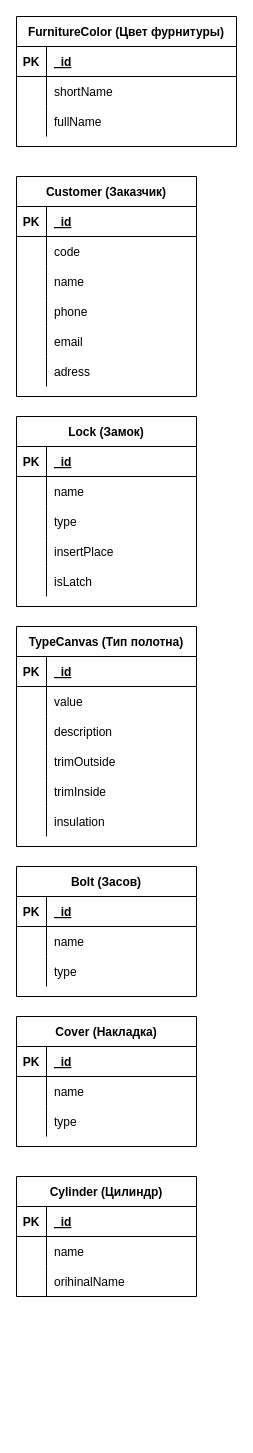
ProSysYo/bunker keeps this draw.io diagram as schema.drawio. Above is the earlier version. Source tidied: cells renumbered, new cells numbered last; positions are measured from the earlier drawing's top-left corner, leaving out a move shared by most shapes. Both pictures are drawn from the tidied source at 100%, with x=0, y=0 at pixel (16, 16).
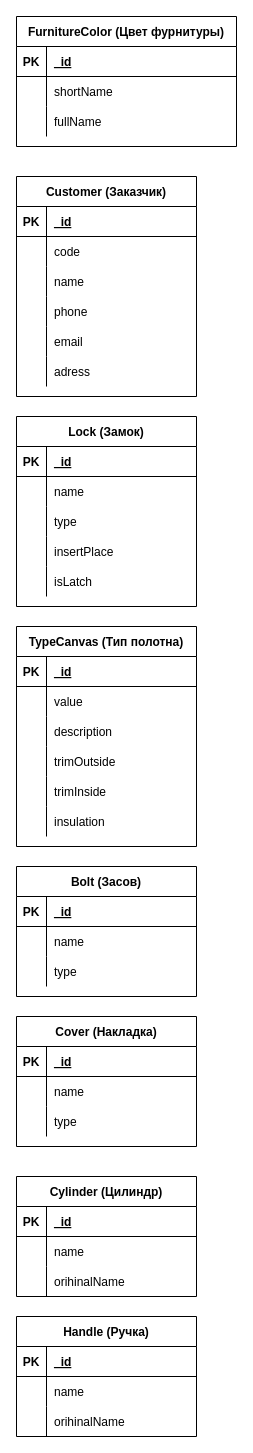
The same diagram, later.

What changed in the source:
```diff
@@
+    <mxCell id="96" value="Handle (Ручка)" style="shape=table;startSize=30;childLayout=tableLayout;rowLines=0;fontStyle=1;align=center;" parent="1" vertex="1">
+      <mxGeometry y="1300" width="180" height="120" as="geometry" />
+    </mxCell>
+    <mxCell id="97" style="shape=partialRectangle;fillColor=none;top=0;left=0;bottom=1;right=0;" parent="96" vertex="1">
+      <mxGeometry y="30" width="180" height="30" as="geometry" />
+    </mxCell>
+    <mxCell id="98" value="PK" style="shape=partialRectangle;fillColor=none;top=0;left=0;bottom=0;right=0;fontStyle=1;overflow=hidden;" parent="97" vertex="1">
+      <mxGeometry width="30" height="30" as="geometry" />
+    </mxCell>
+    <mxCell id="99" value="_id" style="shape=partialRectangle;fillColor=none;top=0;left=0;bottom=0;right=0;align=left;spacingLeft=6;fontStyle=5;overflow=hidden;" parent="97" vertex="1">
+      <mxGeometry x="30" width="150" height="30" as="geometry" />
+    </mxCell>
+    <mxCell id="100" style="shape=partialRectangle;fillColor=none;top=0;left=0;bottom=0;right=0;" parent="96" vertex="1">
+      <mxGeometry y="60" width="180" height="30" as="geometry" />
+    </mxCell>
+    <mxCell id="101" style="shape=partialRectangle;fillColor=none;top=0;left=0;bottom=0;right=0;overflow=hidden;" parent="100" vertex="1">
+      <mxGeometry width="30" height="30" as="geometry" />
+    </mxCell>
+    <mxCell id="102" value="name" style="shape=partialRectangle;fillColor=none;top=0;left=0;bottom=0;right=0;align=left;spacingLeft=6;overflow=hidden;" parent="100" vertex="1">
+      <mxGeometry x="30" width="150" height="30" as="geometry" />
+    </mxCell>
+    <mxCell id="103" style="shape=partialRectangle;fillColor=none;top=0;left=0;bottom=0;right=0;" parent="96" vertex="1">
+      <mxGeometry y="90" width="180" height="30" as="geometry" />
+    </mxCell>
+    <mxCell id="104" style="shape=partialRectangle;fillColor=none;top=0;left=0;bottom=0;right=0;overflow=hidden;" parent="103" vertex="1">
+      <mxGeometry width="30" height="30" as="geometry" />
+    </mxCell>
+    <mxCell id="105" value="orihinalName" style="shape=partialRectangle;fillColor=none;top=0;left=0;bottom=0;right=0;align=left;spacingLeft=6;overflow=hidden;" parent="103" vertex="1">
+      <mxGeometry x="30" width="150" height="30" as="geometry" />
+    </mxCell>
```
